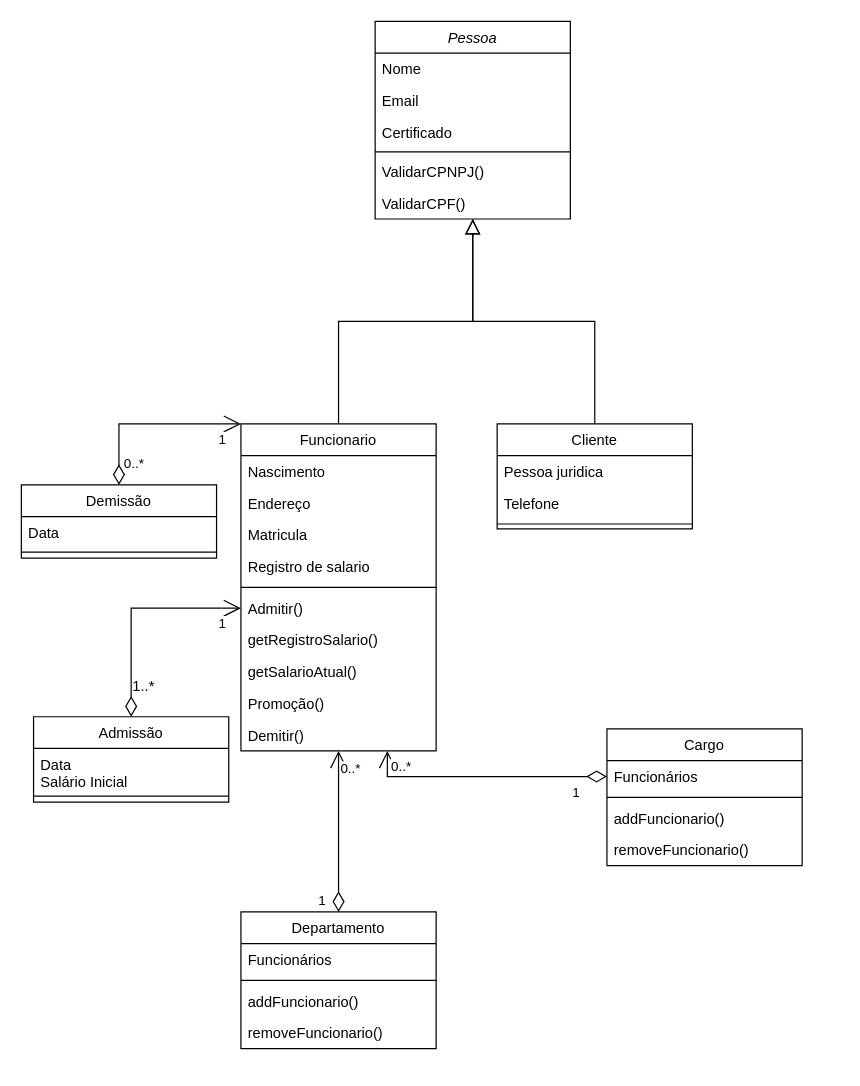
LDLPiao/tp_poo keeps this draw.io diagram as Sprint1.drawio. Above is the earlier version. Source tidied: cells renumbered, new cells numbered last; positions are measured from the earlier drawing's top-left corner, leaving out a move shared by most shapes. Both pictures are drawn from the tidied source at 122%, with x=0, y=0 at pixel (21, 21).
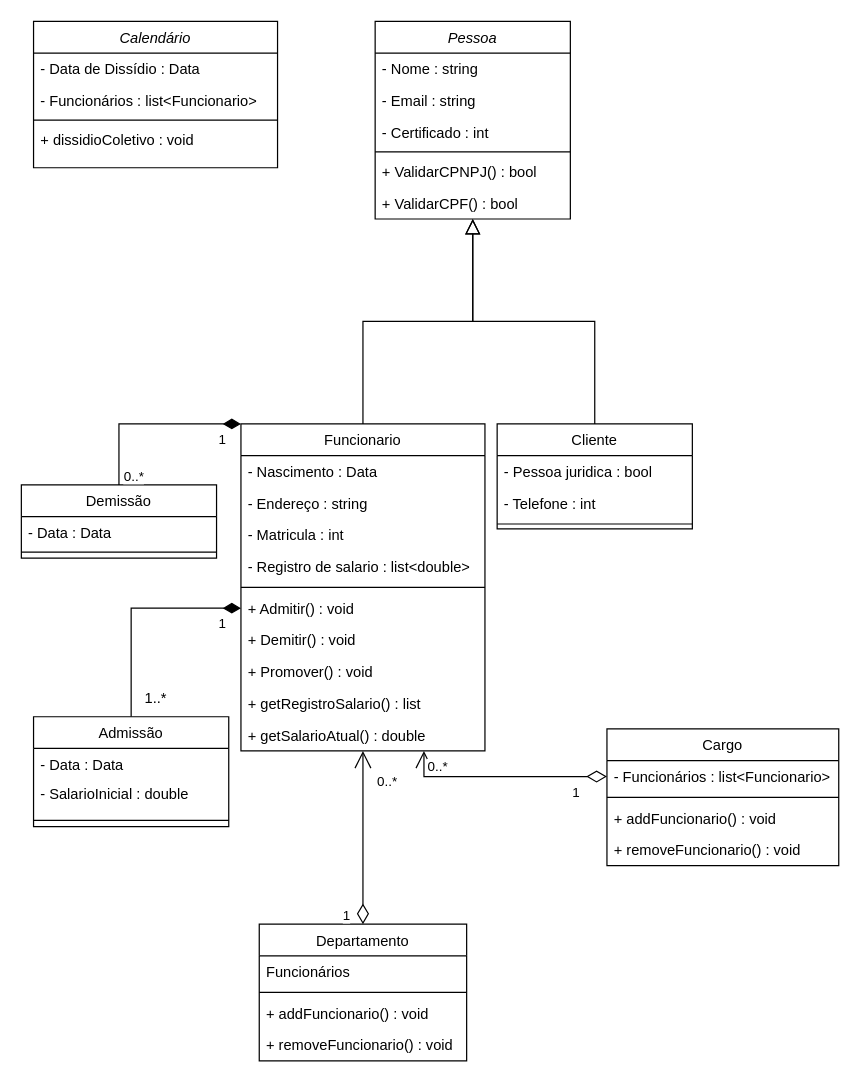
Above is the later version.

Unchanged cells that the change refers to:
```xml
<mxCell id="2" value="Pessoa" style="swimlane;fontStyle=2;align=center;verticalAlign=top;horizontal=1;startSize=26;rounded=0;shadow=0;strokeWidth=1;" parent="1" vertex="1">
  <mxGeometry x="290" width="160" height="162" as="geometry" />
</mxCell>
<mxCell id="21" value="Cliente" style="swimlane;fontStyle=0;align=center;verticalAlign=top;horizontal=1;startSize=26;rounded=0;shadow=0;strokeWidth=1;" parent="1" vertex="1">
  <mxGeometry x="390" y="330" width="160" height="86" as="geometry" />
</mxCell>
<mxCell id="48" value="Demissão" style="swimlane;fontStyle=0;align=center;verticalAlign=top;horizontal=1;startSize=26;rounded=0;shadow=0;strokeWidth=1;" parent="1" vertex="1">
  <mxGeometry y="380" width="160" height="60" as="geometry" />
</mxCell>
```

What changed in the source:
```diff
@@
-    <mxCell id="3" value="Nome" style="text;align=left;verticalAlign=top;spacingLeft=4;spacingRight=4;overflow=hidden;" parent="2" vertex="1">
+    <mxCell id="3" value="- Nome : string" style="text;align=left;verticalAlign=top;spacingLeft=4;spacingRight=4;overflow=hidden;" parent="2" vertex="1">
       <mxGeometry y="26" width="160" height="26" as="geometry" />
     </mxCell>
-    <mxCell id="4" value="Email" style="text;align=left;verticalAlign=top;spacingLeft=4;spacingRight=4;overflow=hidden;rounded=0;shadow=0;html=0;" parent="2" vertex="1">
+    <mxCell id="4" value="- Email : string" style="text;align=left;verticalAlign=top;spacingLeft=4;spacingRight=4;overflow=hidden;rounded=0;shadow=0;html=0;" parent="2" vertex="1">
       <mxGeometry y="52" width="160" height="26" as="geometry" />
     </mxCell>
-    <mxCell id="5" value="Certificado" style="text;align=left;verticalAlign=top;spacingLeft=4;spacingRight=4;overflow=hidden;rounded=0;shadow=0;html=0;" parent="2" vertex="1">
+    <mxCell id="5" value="- Certificado : int" style="text;align=left;verticalAlign=top;spacingLeft=4;spacingRight=4;overflow=hidden;rounded=0;shadow=0;html=0;" parent="2" vertex="1">
       <mxGeometry y="78" width="160" height="26" as="geometry" />
     </mxCell>
@@
-    <mxCell id="7" value="ValidarCPNPJ()" style="text;align=left;verticalAlign=top;spacingLeft=4;spacingRight=4;overflow=hidden;rounded=0;shadow=0;html=0;" parent="2" vertex="1">
+    <mxCell id="7" value="+ ValidarCPNPJ() : bool" style="text;align=left;verticalAlign=top;spacingLeft=4;spacingRight=4;overflow=hidden;rounded=0;shadow=0;html=0;" parent="2" vertex="1">
       <mxGeometry y="110" width="160" height="26" as="geometry" />
     </mxCell>
-    <mxCell id="8" value="ValidarCPF()" style="text;align=left;verticalAlign=top;spacingLeft=4;spacingRight=4;overflow=hidden;rounded=0;shadow=0;html=0;" parent="2" vertex="1">
+    <mxCell id="8" value="+ ValidarCPF() : bool" style="text;align=left;verticalAlign=top;spacingLeft=4;spacingRight=4;overflow=hidden;rounded=0;shadow=0;html=0;" parent="2" vertex="1">
       <mxGeometry y="136" width="160" height="26" as="geometry" />
     </mxCell>
     <mxCell id="9" value="Funcionario" style="swimlane;fontStyle=0;align=center;verticalAlign=top;horizontal=1;startSize=26;rounded=0;shadow=0;strokeWidth=1;" parent="1" vertex="1">
-      <mxGeometry x="180" y="330" width="160" height="268" as="geometry" />
+      <mxGeometry x="180" y="330" width="200" height="268" as="geometry" />
     </mxCell>
-    <mxCell id="10" value="Nascimento" style="text;align=left;verticalAlign=top;spacingLeft=4;spacingRight=4;overflow=hidden;" parent="9" vertex="1">
-      <mxGeometry y="26" width="160" height="26" as="geometry" />
+    <mxCell id="10" value="- Nascimento : Data" style="text;align=left;verticalAlign=top;spacingLeft=4;spacingRight=4;overflow=hidden;" parent="9" vertex="1">
+      <mxGeometry y="26" width="200" height="26" as="geometry" />
     </mxCell>
-    <mxCell id="11" value="Endereço" style="text;align=left;verticalAlign=top;spacingLeft=4;spacingRight=4;overflow=hidden;rounded=0;shadow=0;html=0;" parent="9" vertex="1">
-      <mxGeometry y="52" width="160" height="26" as="geometry" />
+    <mxCell id="11" value="- Endereço : string" style="text;align=left;verticalAlign=top;spacingLeft=4;spacingRight=4;overflow=hidden;rounded=0;shadow=0;html=0;" parent="9" vertex="1">
+      <mxGeometry y="52" width="200" height="26" as="geometry" />
     </mxCell>
-    <mxCell id="12" value="Matricula" style="text;align=left;verticalAlign=top;spacingLeft=4;spacingRight=4;overflow=hidden;rounded=0;shadow=0;html=0;" parent="9" vertex="1">
-      <mxGeometry y="78" width="160" height="26" as="geometry" />
+    <mxCell id="12" value="- Matricula : int" style="text;align=left;verticalAlign=top;spacingLeft=4;spacingRight=4;overflow=hidden;rounded=0;shadow=0;html=0;" parent="9" vertex="1">
+      <mxGeometry y="78" width="200" height="26" as="geometry" />
     </mxCell>
-    <mxCell id="13" value="Registro de salario" style="text;align=left;verticalAlign=top;spacingLeft=4;spacingRight=4;overflow=hidden;fontStyle=0;" parent="9" vertex="1">
-      <mxGeometry y="104" width="160" height="26" as="geometry" />
+    <mxCell id="13" value="- Registro de salario : list&lt;double&gt;" style="text;align=left;verticalAlign=top;spacingLeft=4;spacingRight=4;overflow=hidden;fontStyle=0;" parent="9" vertex="1">
+      <mxGeometry y="104" width="200" height="26" as="geometry" />
     </mxCell>
     <mxCell id="14" style="line;html=1;strokeWidth=1;align=left;verticalAlign=middle;spacingTop=-1;spacingLeft=3;spacingRight=3;labelPosition=right;" parent="9" vertex="1">
-      <mxGeometry y="130" width="160" height="8" as="geometry" />
+      <mxGeometry y="130" width="200" height="8" as="geometry" />
     </mxCell>
-    <mxCell id="15" value="Admitir()" style="text;align=left;verticalAlign=top;spacingLeft=4;spacingRight=4;overflow=hidden;points=[[0,0.5],[1,0.5]];portConstraint=eastwest;" parent="9" vertex="1">
-      <mxGeometry y="138" width="160" height="26" as="geometry" />
+    <mxCell id="15" value="+ Admitir() : void" style="text;align=left;verticalAlign=top;spacingLeft=4;spacingRight=4;overflow=hidden;points=[[0,0.5],[1,0.5]];portConstraint=eastwest;" parent="9" vertex="1">
+      <mxGeometry y="138" width="200" height="26" as="geometry" />
     </mxCell>
+    <mxCell id="19" value="+ Demitir() : void" style="text;align=left;verticalAlign=top;spacingLeft=4;spacingRight=4;overflow=hidden;rounded=0;shadow=0;html=0;" parent="9" vertex="1">
+      <mxGeometry y="164" width="200" height="26" as="geometry" />
+    </mxCell>
+    <mxCell id="18" value="+ Promover() : void" style="text;align=left;verticalAlign=top;spacingLeft=4;spacingRight=4;overflow=hidden;rounded=0;shadow=0;html=0;" parent="9" vertex="1">
+      <mxGeometry y="190" width="200" height="26" as="geometry" />
+    </mxCell>
-    <mxCell id="16" value="getRegistroSalario()" style="text;align=left;verticalAlign=top;spacingLeft=4;spacingRight=4;overflow=hidden;fontStyle=0;" parent="9" vertex="1">
-      <mxGeometry y="164" width="160" height="26" as="geometry" />
+    <mxCell id="16" value="+ getRegistroSalario() : list" style="text;align=left;verticalAlign=top;spacingLeft=4;spacingRight=4;overflow=hidden;fontStyle=0;" parent="9" vertex="1">
+      <mxGeometry y="216" width="200" height="26" as="geometry" />
     </mxCell>
-    <mxCell id="17" value="getSalarioAtual()" style="text;align=left;verticalAlign=top;spacingLeft=4;spacingRight=4;overflow=hidden;fontStyle=0;" parent="9" vertex="1">
-      <mxGeometry y="190" width="160" height="26" as="geometry" />
+    <mxCell id="17" value="+ getSalarioAtual() : double" style="text;align=left;verticalAlign=top;spacingLeft=4;spacingRight=4;overflow=hidden;fontStyle=0;" parent="9" vertex="1">
+      <mxGeometry y="242" width="200" height="26" as="geometry" />
     </mxCell>
-    <mxCell id="18" value="Promoção()" style="text;align=left;verticalAlign=top;spacingLeft=4;spacingRight=4;overflow=hidden;rounded=0;shadow=0;html=0;" parent="9" vertex="1">
-      <mxGeometry y="216" width="160" height="26" as="geometry" />
-    </mxCell>
-    <mxCell id="19" value="Demitir()" style="text;align=left;verticalAlign=top;spacingLeft=4;spacingRight=4;overflow=hidden;rounded=0;shadow=0;html=0;" parent="9" vertex="1">
-      <mxGeometry y="242" width="160" height="26" as="geometry" />
-    </mxCell>
@@
-    <mxCell id="22" value="Pessoa juridica" style="text;align=left;verticalAlign=top;spacingLeft=4;spacingRight=4;overflow=hidden;" parent="21" vertex="1">
+    <mxCell id="22" value="- Pessoa juridica : bool" style="text;align=left;verticalAlign=top;spacingLeft=4;spacingRight=4;overflow=hidden;" parent="21" vertex="1">
       <mxGeometry y="26" width="160" height="26" as="geometry" />
     </mxCell>
-    <mxCell id="23" value="Telefone" style="text;align=left;verticalAlign=top;spacingLeft=4;spacingRight=4;overflow=hidden;" parent="21" vertex="1">
+    <mxCell id="23" value="- Telefone : int" style="text;align=left;verticalAlign=top;spacingLeft=4;spacingRight=4;overflow=hidden;" parent="21" vertex="1">
       <mxGeometry y="52" width="160" height="26" as="geometry" />
     </mxCell>
@@
     <mxCell id="26" value="Departamento" style="swimlane;fontStyle=0;align=center;verticalAlign=top;horizontal=1;startSize=26;rounded=0;shadow=0;strokeWidth=1;" parent="1" vertex="1">
-      <mxGeometry x="180" y="730" width="160" height="112" as="geometry" />
+      <mxGeometry x="195" y="740" width="170" height="112" as="geometry" />
     </mxCell>
     <mxCell id="27" value="Funcionários" style="text;align=left;verticalAlign=top;spacingLeft=4;spacingRight=4;overflow=hidden;" parent="26" vertex="1">
-      <mxGeometry y="26" width="160" height="26" as="geometry" />
+      <mxGeometry y="26" width="170" height="26" as="geometry" />
     </mxCell>
     <mxCell id="28" style="line;html=1;strokeWidth=1;align=left;verticalAlign=middle;spacingTop=-1;spacingLeft=3;spacingRight=3;labelPosition=right;" parent="26" vertex="1">
-      <mxGeometry y="52" width="160" height="8" as="geometry" />
+      <mxGeometry y="52" width="170" height="8" as="geometry" />
     </mxCell>
-    <mxCell id="29" value="addFuncionario()" style="text;align=left;verticalAlign=top;spacingLeft=4;spacingRight=4;overflow=hidden;" parent="26" vertex="1">
-      <mxGeometry y="60" width="160" height="26" as="geometry" />
+    <mxCell id="29" value="+ addFuncionario() : void" style="text;align=left;verticalAlign=top;spacingLeft=4;spacingRight=4;overflow=hidden;" parent="26" vertex="1">
+      <mxGeometry y="60" width="170" height="26" as="geometry" />
     </mxCell>
-    <mxCell id="30" value="removeFuncionario()" style="text;align=left;verticalAlign=top;spacingLeft=4;spacingRight=4;overflow=hidden;" parent="26" vertex="1">
-      <mxGeometry y="86" width="160" height="26" as="geometry" />
+    <mxCell id="30" value="+ removeFuncionario() : void" style="text;align=left;verticalAlign=top;spacingLeft=4;spacingRight=4;overflow=hidden;" parent="26" vertex="1">
+      <mxGeometry y="86" width="170" height="26" as="geometry" />
     </mxCell>
     <mxCell id="31" value="Cargo" style="swimlane;fontStyle=0;align=center;verticalAlign=top;horizontal=1;startSize=26;rounded=0;shadow=0;strokeWidth=1;" parent="1" vertex="1">
-      <mxGeometry x="480" y="580" width="160" height="112" as="geometry" />
+      <mxGeometry x="480" y="580" width="190" height="112" as="geometry" />
     </mxCell>
-    <mxCell id="32" value="Funcionários" style="text;align=left;verticalAlign=top;spacingLeft=4;spacingRight=4;overflow=hidden;points=[[0,0.5],[1,0.5]];portConstraint=eastwest;" parent="31" vertex="1">
-      <mxGeometry y="26" width="160" height="26" as="geometry" />
+    <mxCell id="32" value="- Funcionários : list&lt;Funcionario&gt;" style="text;align=left;verticalAlign=top;spacingLeft=4;spacingRight=4;overflow=hidden;points=[[0,0.5],[1,0.5]];portConstraint=eastwest;" parent="31" vertex="1">
+      <mxGeometry y="26" width="190" height="26" as="geometry" />
     </mxCell>
     <mxCell id="33" style="line;html=1;strokeWidth=1;align=left;verticalAlign=middle;spacingTop=-1;spacingLeft=3;spacingRight=3;labelPosition=right;" parent="31" vertex="1">
-      <mxGeometry y="52" width="160" height="8" as="geometry" />
+      <mxGeometry y="52" width="190" height="8" as="geometry" />
     </mxCell>
-    <mxCell id="34" value="addFuncionario()" style="text;align=left;verticalAlign=top;spacingLeft=4;spacingRight=4;overflow=hidden;" parent="31" vertex="1">
-      <mxGeometry y="60" width="160" height="26" as="geometry" />
+    <mxCell id="34" value="+ addFuncionario() : void" style="text;align=left;verticalAlign=top;spacingLeft=4;spacingRight=4;overflow=hidden;" parent="31" vertex="1">
+      <mxGeometry y="60" width="190" height="26" as="geometry" />
     </mxCell>
-    <mxCell id="35" value="removeFuncionario()" style="text;align=left;verticalAlign=top;spacingLeft=4;spacingRight=4;overflow=hidden;" parent="31" vertex="1">
-      <mxGeometry y="86" width="160" height="26" as="geometry" />
+    <mxCell id="35" value="+ removeFuncionario() : void" style="text;align=left;verticalAlign=top;spacingLeft=4;spacingRight=4;overflow=hidden;" parent="31" vertex="1">
+      <mxGeometry y="86" width="190" height="26" as="geometry" />
     </mxCell>
@@
     <mxCell id="39" style="endArrow=open;html=1;endSize=12;startArrow=diamondThin;startSize=14;startFill=0;edgeStyle=orthogonalEdgeStyle;rounded=0;entryX=0.5;entryY=1;entryDx=0;entryDy=0;exitX=0.5;exitY=0;exitDx=0;exitDy=0;" parent="1" edge="1" source="26" target="9">
-      <mxGeometry x="0.08" y="100" relative="1" as="geometry" />
+      <mxGeometry x="0.08" y="100" relative="1" as="geometry">
+        <Array as="points">
+          <mxPoint x="280" y="710" />
+          <mxPoint x="280" y="710" />
+        </Array>
+      </mxGeometry>
     </mxCell>
     <mxCell id="40" value="0..*" style="edgeLabel;html=1;align=left;verticalAlign=top;" parent="39" vertex="1">
       <mxGeometry x="-1" relative="1" as="geometry">
-        <mxPoint y="-130" as="offset" />
+        <mxPoint x="10" y="-130" as="offset" />
       </mxGeometry>
     </mxCell>
     <mxCell id="41" value="1" style="edgeLabel;html=1;align=right;verticalAlign=top;" parent="39" vertex="1">
       <mxGeometry x="1" relative="1" as="geometry">
-        <mxPoint x="-10" y="110" as="offset" />
+        <mxPoint x="-10" y="122" as="offset" />
       </mxGeometry>
     </mxCell>
-    <mxCell id="42" style="endArrow=open;html=1;endSize=12;startArrow=diamondThin;startSize=14;startFill=0;edgeStyle=orthogonalEdgeStyle;rounded=0;exitX=0.5;exitY=0;exitDx=0;exitDy=0;entryX=0;entryY=0.5;entryDx=0;entryDy=0;" parent="1" edge="1" source="44" target="15">
+    <mxCell id="42" style="endArrow=diamondThin;html=1;startArrow=none;startFill=0;edgeStyle=orthogonalEdgeStyle;rounded=0;entryX=0;entryY=0.5;entryDx=0;entryDy=0;exitX=0.5;exitY=0;exitDx=0;exitDy=0;endFill=1;endSize=12;" parent="1" edge="1" source="44" target="15">
       <mxGeometry x="0.08" y="100" relative="1" as="geometry">
         <Array as="points">
           <mxPoint x="90" y="481" />
         </Array>
       </mxGeometry>
     </mxCell>
@@
     <mxCell id="44" value="Admissão" style="swimlane;fontStyle=0;align=center;verticalAlign=top;horizontal=1;startSize=26;rounded=0;shadow=0;strokeWidth=1;" parent="1" vertex="1">
-      <mxGeometry x="10" y="570" width="160" height="70" as="geometry" />
+      <mxGeometry x="10" y="570" width="160" height="90" as="geometry" />
     </mxCell>
-    <mxCell id="45" value="Data&#10;Salário Inicial" style="text;align=left;verticalAlign=top;spacingLeft=4;spacingRight=4;overflow=hidden;" parent="44" vertex="1">
-      <mxGeometry y="26" width="160" height="34" as="geometry" />
+    <mxCell id="45" value="- Data : Data" style="text;align=left;verticalAlign=top;spacingLeft=4;spacingRight=4;overflow=hidden;" parent="44" vertex="1">
+      <mxGeometry y="26" width="160" height="24" as="geometry" />
     </mxCell>
+    <mxCell id="54" value="- SalarioInicial : double" style="text;align=left;verticalAlign=top;spacingLeft=4;spacingRight=4;overflow=hidden;" parent="44" vertex="1">
+      <mxGeometry y="50" width="160" height="30" as="geometry" />
+    </mxCell>
     <mxCell id="46" style="line;html=1;strokeWidth=1;align=left;verticalAlign=middle;spacingTop=-1;spacingLeft=3;spacingRight=3;labelPosition=right;" parent="44" vertex="1">
-      <mxGeometry y="60" width="160" height="10" as="geometry" />
+      <mxGeometry y="80" width="160" height="10" as="geometry" />
     </mxCell>
     <mxCell id="47" value="1..*" style="text;html=1;align=center;verticalAlign=middle;strokeColor=none;fillColor=none;" parent="1" vertex="1">
-      <mxGeometry x="80" y="530" width="40" height="30" as="geometry" />
+      <mxGeometry x="90" y="540" width="40" height="30" as="geometry" />
     </mxCell>
@@
-    <mxCell id="49" value="Data" style="text;align=left;verticalAlign=top;spacingLeft=4;spacingRight=4;overflow=hidden;" parent="48" vertex="1">
+    <mxCell id="49" value="- Data : Data" style="text;align=left;verticalAlign=top;spacingLeft=4;spacingRight=4;overflow=hidden;" parent="48" vertex="1">
       <mxGeometry y="26" width="160" height="24" as="geometry" />
     </mxCell>
@@
-    <mxCell id="51" style="endArrow=open;html=1;endSize=12;startArrow=diamondThin;startSize=14;startFill=0;edgeStyle=orthogonalEdgeStyle;rounded=0;entryX=0;entryY=0;entryDx=0;entryDy=0;exitX=0.5;exitY=0;exitDx=0;exitDy=0;" parent="1" edge="1" source="48" target="9">
+    <mxCell id="51" style="endArrow=diamondThin;html=1;endSize=12;startArrow=none;startSize=14;startFill=0;edgeStyle=orthogonalEdgeStyle;rounded=0;exitX=0.5;exitY=0;exitDx=0;exitDy=0;endFill=1;" parent="1" edge="1" source="48">
       <mxGeometry relative="1" as="geometry">
+        <mxPoint x="180" y="330" as="targetPoint" />
         <Array as="points">
           <mxPoint x="80" y="330" />
         </Array>
       </mxGeometry>
     </mxCell>
@@
     <mxCell id="53" value="0..*" style="edgeLabel;html=1;align=right;verticalAlign=top;" parent="51" vertex="1">
       <mxGeometry x="1" relative="1" as="geometry">
-        <mxPoint x="-79" y="20" as="offset" />
+        <mxPoint x="-79" y="30" as="offset" />
       </mxGeometry>
     </mxCell>
+    <mxCell id="55" value="Calendário" style="swimlane;fontStyle=2;align=center;verticalAlign=top;horizontal=1;startSize=26;rounded=0;shadow=0;strokeWidth=1;" parent="1" vertex="1">
+      <mxGeometry x="10" width="200" height="120" as="geometry" />
+    </mxCell>
+    <mxCell id="56" value="- Data de Dissídio : Data" style="text;align=left;verticalAlign=top;spacingLeft=4;spacingRight=4;overflow=hidden;" parent="55" vertex="1">
+      <mxGeometry y="26" width="200" height="26" as="geometry" />
+    </mxCell>
+    <mxCell id="57" value="- Funcionários : list&lt;Funcionario&gt;" style="text;align=left;verticalAlign=top;spacingLeft=4;spacingRight=4;overflow=hidden;" parent="55" vertex="1">
+      <mxGeometry y="52" width="200" height="26" as="geometry" />
+    </mxCell>
+    <mxCell id="58" style="line;html=1;strokeWidth=1;align=left;verticalAlign=middle;spacingTop=-1;spacingLeft=3;spacingRight=3;labelPosition=right;" parent="55" vertex="1">
+      <mxGeometry y="78" width="200" height="6" as="geometry" />
+    </mxCell>
+    <mxCell id="59" value="+ dissidioColetivo : void" style="text;align=left;verticalAlign=top;spacingLeft=4;spacingRight=4;overflow=hidden;rounded=0;shadow=0;html=0;" parent="55" vertex="1">
+      <mxGeometry y="84" width="200" height="26" as="geometry" />
+    </mxCell>
```
